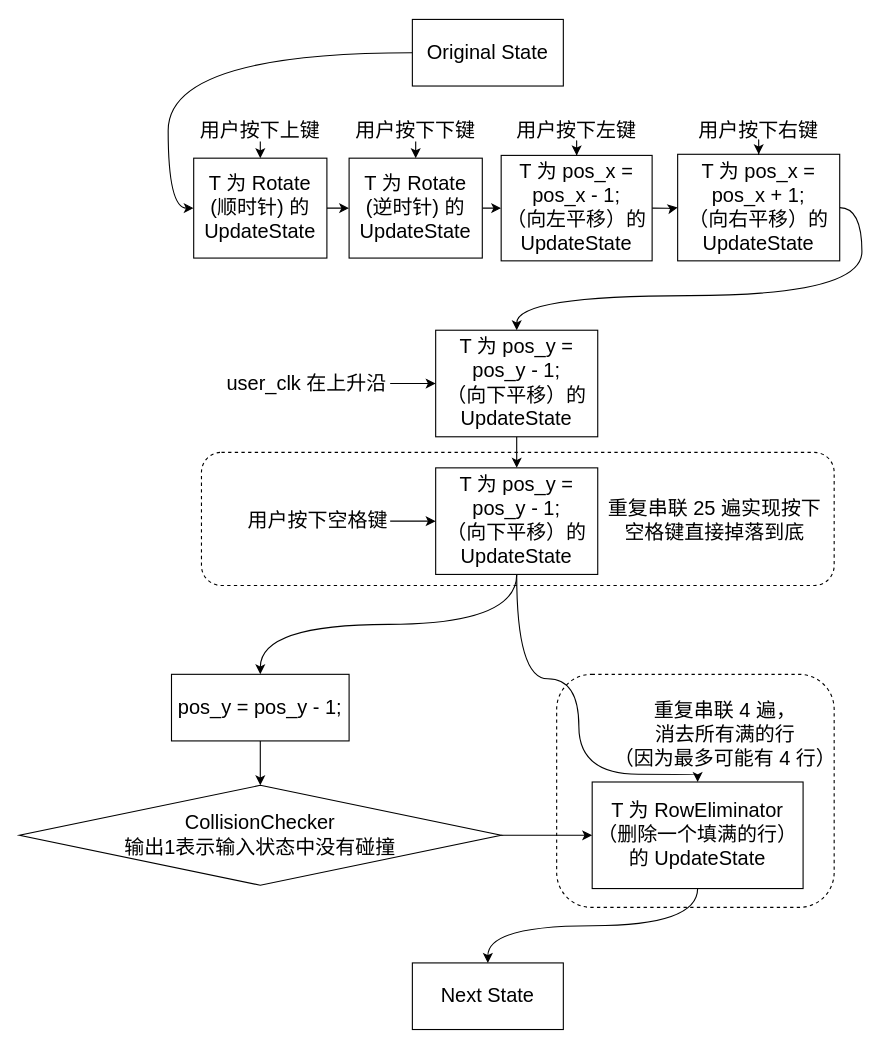
This is page "Page-final" (3 of 3) of top/img/top.drawio from CHN-ChenYi/Tetris-on-SWORD-LCDF2021, a draw.io file, before an edit. Source tidied: cells renumbered, new cells numbered last; positions are measured from the earlier drawing's top-left corner, leaving out a move shared by most shapes. Both pictures are drawn from the tidied source at 111%, with x=0, y=0 at pixel (19, 19).
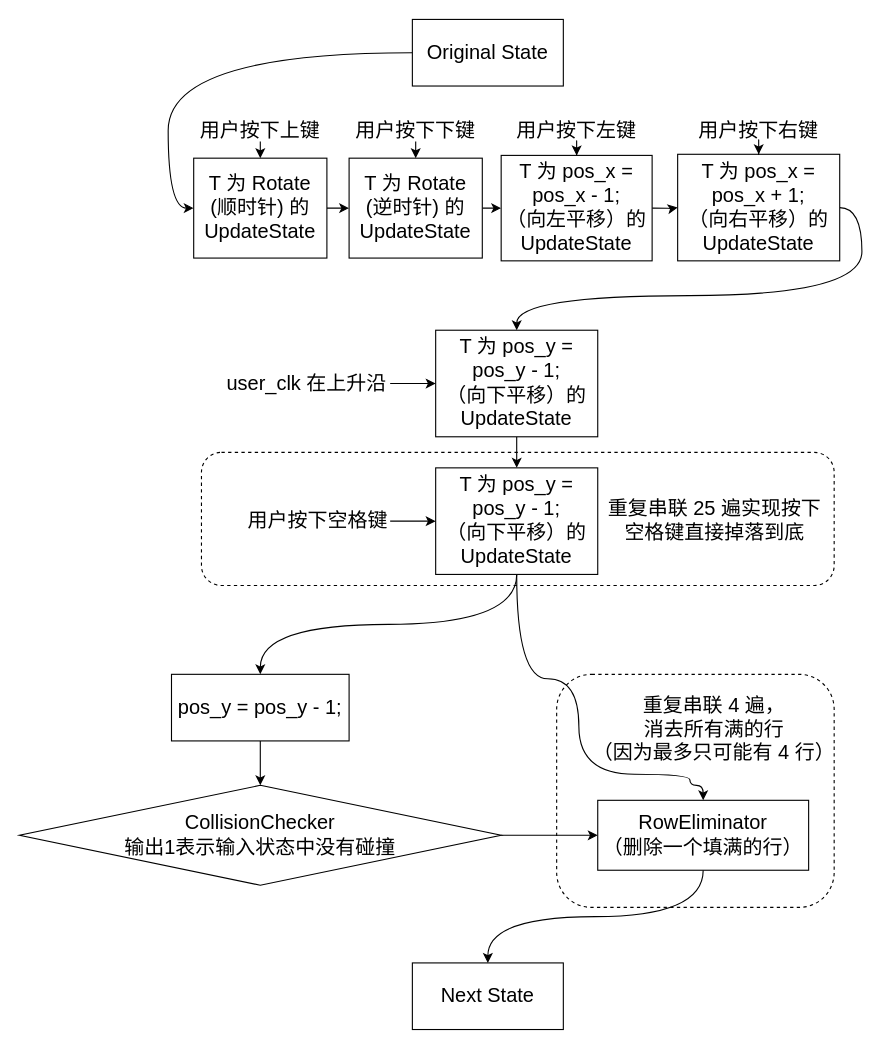
The same page after the edit.

Unchanged cells that the change refers to:
```xml
<mxCell id="28" value="T 为 pos_y = pos_y - 1;&lt;br&gt;（向下平移）的 UpdateState" style="rounded=0;whiteSpace=wrap;html=1;fontSize=18;align=center;" parent="1" vertex="1">
  <mxGeometry x="375" y="404" width="146" height="96" as="geometry" />
</mxCell>
```

Change to the diagram source:
```diff
@@
     <mxCell id="27" style="edgeStyle=orthogonalEdgeStyle;curved=1;rounded=0;jettySize=auto;html=1;entryX=0.5;entryY=0;entryDx=0;entryDy=0;fontSize=18;exitX=0.5;exitY=1;exitDx=0;exitDy=0;" parent="1" edge="1" source="28" target="37">
       <mxGeometry relative="1" as="geometry">
         <Array as="points">
           <mxPoint x="448" y="594" />
           <mxPoint x="504" y="594" />
           <mxPoint x="504" y="680" />
-          <mxPoint x="611" y="680" />
+          <mxPoint x="604" y="680" />
+          <mxPoint x="604" y="690" />
+          <mxPoint x="616" y="690" />
         </Array>
       </mxGeometry>
     </mxCell>
@@
-    <mxCell id="37" value="T 为 RowEliminator&lt;br&gt;（删除一个填满的行）&lt;br&gt;的 UpdateState" style="rounded=0;whiteSpace=wrap;html=1;fontSize=18;align=center;" parent="1" vertex="1">
-      <mxGeometry x="516" y="687" width="190" height="96" as="geometry" />
+    <mxCell id="37" value="RowEliminator&lt;br&gt;（删除一个填满的行）" style="rounded=0;whiteSpace=wrap;html=1;fontSize=18;align=center;" parent="1" vertex="1">
+      <mxGeometry x="521" y="703.5" width="190" height="63" as="geometry" />
     </mxCell>
-    <mxCell id="38" value="重复串联 4 遍，&lt;br&gt;消去所有满的行&lt;br&gt;（因为最多可能有 4 行）" style="text;html=1;strokeColor=none;fillColor=none;align=center;verticalAlign=middle;whiteSpace=wrap;rounded=0;dashed=1;fontSize=18;" parent="1" vertex="1">
-      <mxGeometry x="527" y="620" width="218" height="50" as="geometry" />
+    <mxCell id="38" value="重复串联 4 遍，&lt;br&gt;消去所有满的行&lt;br&gt;（因为最多只可能有 4 行）" style="text;html=1;strokeColor=none;fillColor=none;align=center;verticalAlign=middle;whiteSpace=wrap;rounded=0;dashed=1;fontSize=18;" parent="1" vertex="1">
+      <mxGeometry x="508" y="600" width="236" height="80" as="geometry" />
     </mxCell>
```
